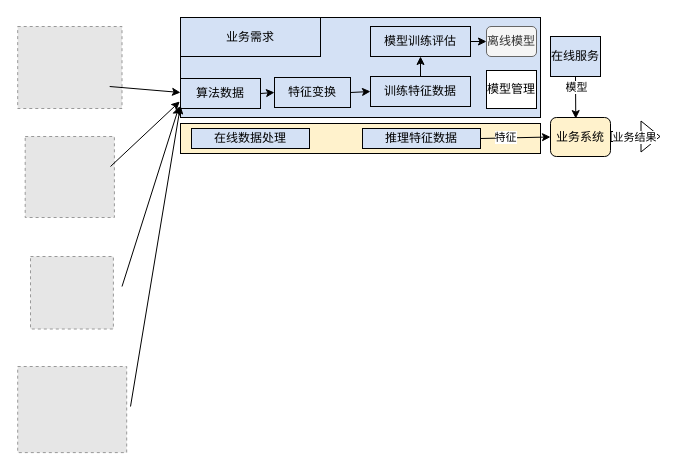
hudengjunai/Colab_notebooks keeps this draw.io diagram as Untitled Diagram33.drawio. Above is the earlier version. Source tidied: cells renumbered, new cells numbered last; positions are measured from the earlier drawing's top-left corner, leaving out a move shared by most shapes. Both pictures are drawn from the tidied source at 100%, with x=0, y=0 at pixel (17, 17). Pictures stored in the file or linked from it are replaced by grey dashed boxes.
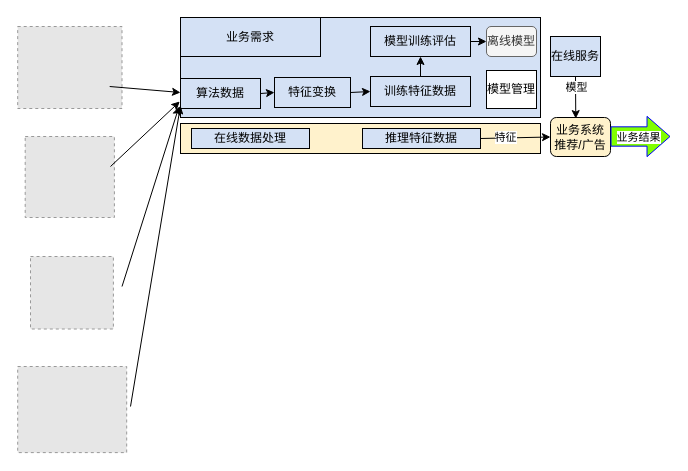
Above is the later version.

Diff of the diagram source:
```diff
@@
-    <mxCell id="25" value="业务系统" style="rounded=1;whiteSpace=wrap;html=1;fillColor=#FFF2CC;" parent="1" vertex="1">
+    <mxCell id="25" value="业务系统&lt;br&gt;推荐/广告" style="rounded=1;whiteSpace=wrap;html=1;fillColor=#FFF2CC;" parent="1" vertex="1">
       <mxGeometry x="533" y="100" width="60" height="39" as="geometry" />
     </mxCell>
@@
-    <mxCell id="31" style="shape=flexArrow;endArrow=classic;html=1;" parent="1" edge="1">
+    <mxCell id="31" style="shape=flexArrow;endArrow=classic;html=1;strokeColor=#0000FF;fillColor=#80FF00;width=19.310344827586206;endSize=7.324137931034483;" parent="1" edge="1">
       <mxGeometry relative="1" as="geometry">
         <mxPoint x="593" y="119" as="sourcePoint" />
-        <mxPoint x="643" y="119" as="targetPoint" />
+        <mxPoint x="653" y="119" as="targetPoint" />
       </mxGeometry>
     </mxCell>
```
